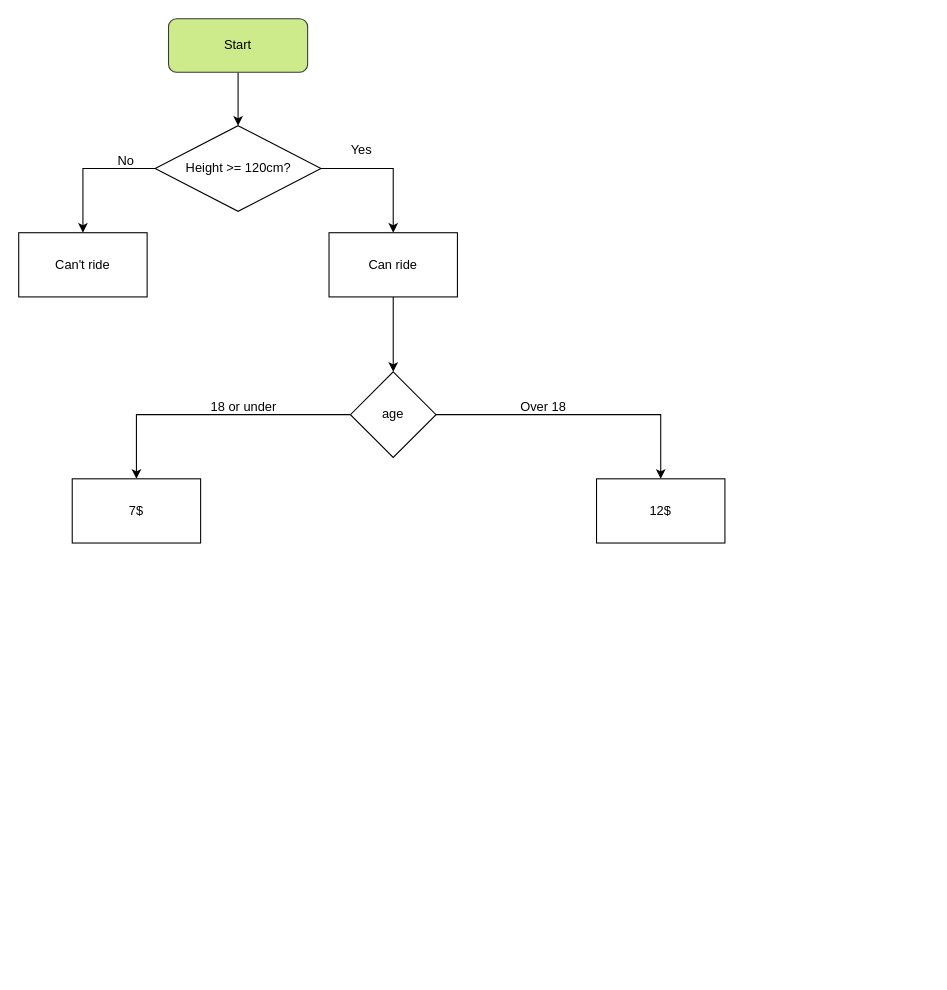
Earlier version of the draw.io diagram beginner_projects/conditional_formating.drawio (arzuunr/100_day_challenge). Source tidied: cells renumbered, new cells numbered last; positions are measured from the earlier drawing's top-left corner, leaving out a move shared by most shapes. Both pictures are drawn from the tidied source at 107%, with x=0, y=0 at pixel (18, 18).
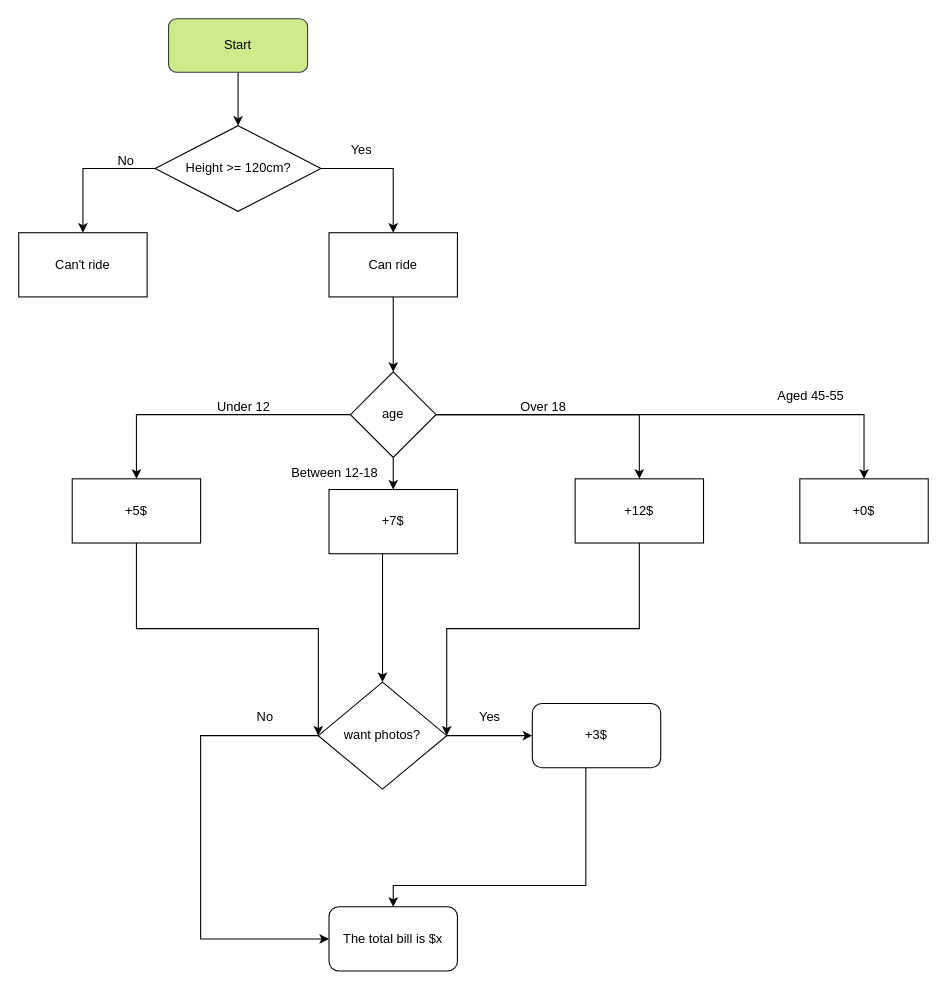
The same page after the edit.

Unchanged cells that the change refers to:
```xml
<mxCell id="14" value="age" style="rhombus;whiteSpace=wrap;html=1;" parent="1" vertex="1">
  <mxGeometry x="310" y="330" width="80" height="80" as="geometry" />
</mxCell>
```

Change to the diagram source:
```diff
@@
+    <mxCell id="19" style="edgeStyle=orthogonalEdgeStyle;rounded=0;jettySize=auto;html=1;" parent="1" edge="1" source="14" target="21">
+      <mxGeometry relative="1" as="geometry" />
+    </mxCell>
+    <mxCell id="20" style="edgeStyle=orthogonalEdgeStyle;rounded=0;jettySize=auto;html=1;entryX=0.5;entryY=0;entryDx=0;entryDy=0;" parent="1" edge="1" source="14" target="34">
+      <mxGeometry relative="1" as="geometry" />
+    </mxCell>
@@
-    <mxCell id="15" value="7$" style="whiteSpace=wrap;html=1;" parent="1" vertex="1">
+    <mxCell id="15" value="+5$" style="whiteSpace=wrap;html=1;" parent="1" vertex="1">
       <mxGeometry x="50" y="430" width="120" height="60" as="geometry" />
     </mxCell>
-    <mxCell id="16" value="12$" style="whiteSpace=wrap;html=1;" parent="1" vertex="1">
-      <mxGeometry x="540" y="430" width="120" height="60" as="geometry" />
+    <mxCell id="16" value="+12$" style="whiteSpace=wrap;html=1;" parent="1" vertex="1">
+      <mxGeometry x="520" y="430" width="120" height="60" as="geometry" />
     </mxCell>
@@
-    <mxCell id="18" value="18 or under" style="text;html=1;align=center;verticalAlign=middle;strokeColor=none;fillColor=none;" parent="1" vertex="1">
-      <mxGeometry x="170" y="348" width="80" height="30" as="geometry" />
+    <mxCell id="18" value="Under 12" style="text;html=1;align=center;verticalAlign=middle;strokeColor=none;fillColor=none;" parent="1" vertex="1">
+      <mxGeometry x="175" y="348" width="70" height="30" as="geometry" />
     </mxCell>
+    <mxCell id="21" value="+7$" style="whiteSpace=wrap;html=1;" parent="1" vertex="1">
+      <mxGeometry x="290" y="440" width="120" height="60" as="geometry" />
+    </mxCell>
+    <mxCell id="22" value="Between 12-18" style="text;html=1;align=center;verticalAlign=middle;strokeColor=none;fillColor=none;" parent="1" vertex="1">
+      <mxGeometry x="245" y="410" width="100" height="30" as="geometry" />
+    </mxCell>
+    <mxCell id="23" style="edgeStyle=orthogonalEdgeStyle;rounded=0;jettySize=auto;html=1;" parent="1" edge="1" source="25" target="29">
+      <mxGeometry relative="1" as="geometry" />
+    </mxCell>
+    <mxCell id="24" style="edgeStyle=orthogonalEdgeStyle;rounded=0;jettySize=auto;html=1;" parent="1" edge="1" target="31">
+      <mxGeometry relative="1" as="geometry">
+        <mxPoint x="280" y="670" as="sourcePoint" />
+        <Array as="points">
+          <mxPoint x="170" y="670" />
+          <mxPoint x="170" y="860" />
+        </Array>
+      </mxGeometry>
+    </mxCell>
+    <mxCell id="25" value="want photos?" style="rhombus;whiteSpace=wrap;html=1;" parent="1" vertex="1">
+      <mxGeometry x="280" y="620" width="120" height="100" as="geometry" />
+    </mxCell>
+    <mxCell id="26" style="endArrow=classic;html=1;rounded=0;entryX=0.5;entryY=0;entryDx=0;entryDy=0;" parent="1" edge="1" target="25">
+      <mxGeometry relative="1" as="geometry">
+        <mxPoint x="340" y="500" as="sourcePoint" />
+      </mxGeometry>
+    </mxCell>
+    <mxCell id="27" style="endArrow=classic;html=1;rounded=0;exitX=0.5;exitY=1;exitDx=0;exitDy=0;entryX=0;entryY=0.5;entryDx=0;entryDy=0;" parent="1" edge="1" source="15" target="25">
+      <mxGeometry relative="1" as="geometry">
+        <Array as="points">
+          <mxPoint x="110" y="570" />
+          <mxPoint x="280" y="570" />
+        </Array>
+      </mxGeometry>
+    </mxCell>
+    <mxCell id="28" style="endArrow=classic;html=1;rounded=0;entryX=1;entryY=0.5;entryDx=0;entryDy=0;" parent="1" edge="1" target="25">
+      <mxGeometry relative="1" as="geometry">
+        <mxPoint x="580" y="490" as="sourcePoint" />
+        <Array as="points">
+          <mxPoint x="580" y="570" />
+          <mxPoint x="400" y="570" />
+        </Array>
+      </mxGeometry>
+    </mxCell>
+    <mxCell id="29" value="+3$" style="rounded=1;whiteSpace=wrap;html=1;" parent="1" vertex="1">
+      <mxGeometry x="480" y="640" width="120" height="60" as="geometry" />
+    </mxCell>
+    <mxCell id="30" value="Yes" style="text;html=1;align=center;verticalAlign=middle;strokeColor=none;fillColor=none;" parent="1" vertex="1">
+      <mxGeometry x="420" y="638" width="40" height="30" as="geometry" />
+    </mxCell>
+    <mxCell id="31" value="The total bill is $x" style="rounded=1;whiteSpace=wrap;html=1;" parent="1" vertex="1">
+      <mxGeometry x="290" y="830" width="120" height="60" as="geometry" />
+    </mxCell>
+    <mxCell id="32" value="No" style="text;html=1;align=center;verticalAlign=middle;strokeColor=none;fillColor=none;" parent="1" vertex="1">
+      <mxGeometry x="210" y="638" width="40" height="30" as="geometry" />
+    </mxCell>
+    <mxCell id="33" style="endArrow=classic;html=1;rounded=0;entryX=0.5;entryY=0;entryDx=0;entryDy=0;" parent="1" edge="1" target="31">
+      <mxGeometry relative="1" as="geometry">
+        <mxPoint x="530" y="700" as="sourcePoint" />
+        <Array as="points">
+          <mxPoint x="530" y="810" />
+          <mxPoint x="350" y="810" />
+        </Array>
+      </mxGeometry>
+    </mxCell>
+    <mxCell id="34" value="+0$" style="rounded=0;whiteSpace=wrap;html=1;" parent="1" vertex="1">
+      <mxGeometry x="730" y="430" width="120" height="60" as="geometry" />
+    </mxCell>
+    <mxCell id="35" value="Aged 45-55" style="text;html=1;align=center;verticalAlign=middle;strokeColor=none;fillColor=none;" parent="1" vertex="1">
+      <mxGeometry x="695" y="338" width="90" height="30" as="geometry" />
+    </mxCell>
```
